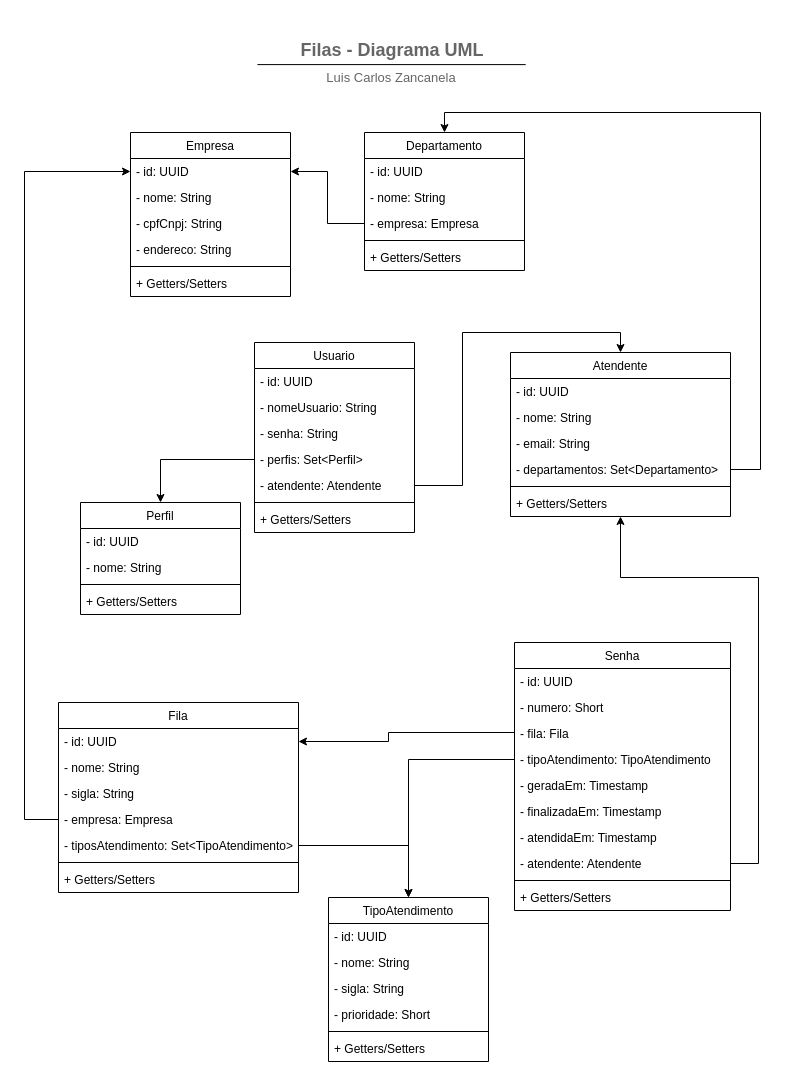
Before: docs/uml-diagram.drawio in didifive/queue-service-api, a draw.io diagram. Source tidied: cells renumbered, new cells numbered last; positions are measured from the earlier drawing's top-left corner, leaving out a move shared by most shapes. Both pictures are drawn from the tidied source at 100%, with x=0, y=0 at pixel (24, 27).
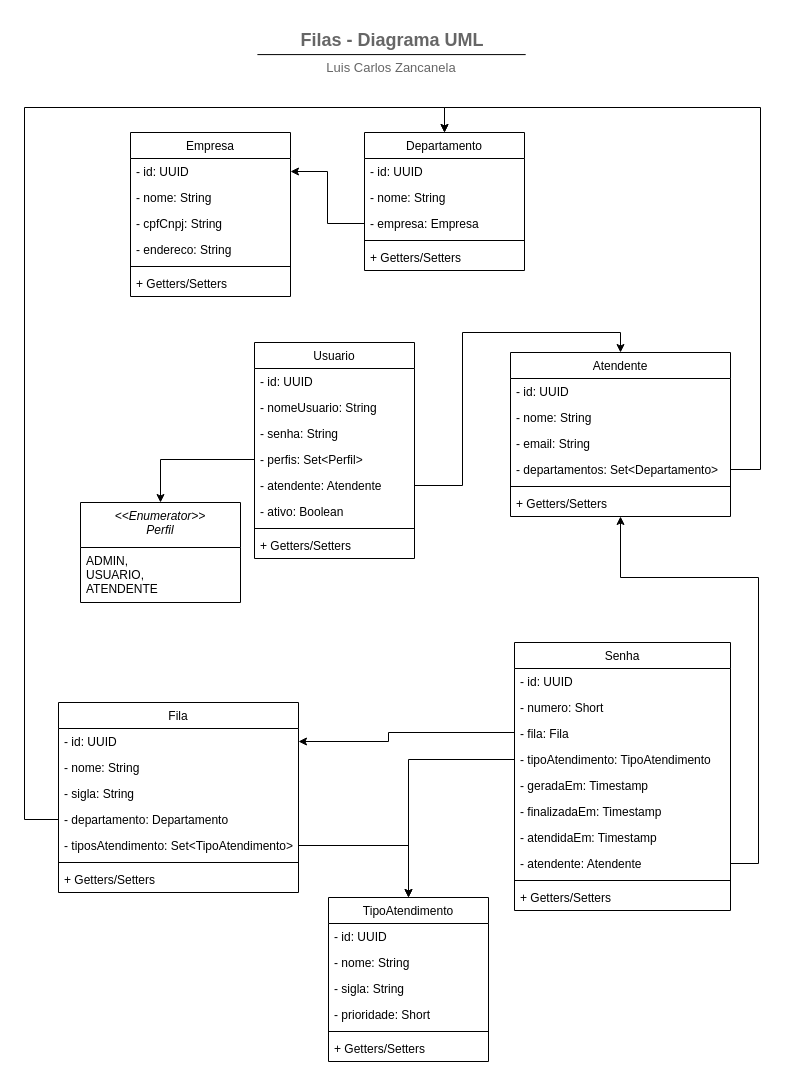
The same diagram, later.

Commit message (it also covers changes not shown here):
feat: update Usuario with enable attribute

The change refers to these unchanged cells:
```xml
<mxCell id="3" value="- id: UUID" style="text;align=left;verticalAlign=top;spacingLeft=4;spacingRight=4;overflow=hidden;points=[[0,0.5],[1,0.5]];portConstraint=eastwest;" parent="2" vertex="1">
  <mxGeometry y="26" width="160" height="26" as="geometry" />
</mxCell>
<mxCell id="10" value="Fila" style="swimlane;fontStyle=0;align=center;verticalAlign=top;horizontal=1;startSize=26;rounded=0;shadow=0;strokeWidth=1;" parent="1" vertex="1">
  <mxGeometry x="34" y="675" width="240" height="190" as="geometry" />
</mxCell>
<mxCell id="34" value="- departamentos: Set&lt;Departamento&gt;" style="text;align=left;verticalAlign=top;spacingLeft=4;spacingRight=4;overflow=hidden;points=[[0,0.5],[1,0.5]];portConstraint=eastwest;rounded=0;shadow=0;html=0;" parent="30" vertex="1">
  <mxGeometry y="104" width="220" height="26" as="geometry" />
</mxCell>
<mxCell id="52" value="Departamento" style="swimlane;fontStyle=0;align=center;verticalAlign=top;horizontal=1;startSize=26;rounded=0;shadow=0;strokeWidth=1;" parent="1" vertex="1">
  <mxGeometry x="340" y="105" width="160" height="138" as="geometry" />
</mxCell>
```

Diff of the diagram source:
```diff
@@
-    <mxCell id="9" style="edgeStyle=orthogonalEdgeStyle;rounded=0;jettySize=auto;html=1;entryX=0;entryY=0.5;entryDx=0;entryDy=0;exitX=0;exitY=0.5;exitDx=0;exitDy=0;" parent="1" edge="1" source="14" target="3">
+    <mxCell id="9" style="edgeStyle=orthogonalEdgeStyle;rounded=0;jettySize=auto;html=1;entryX=0.5;entryY=0;entryDx=0;entryDy=0;exitX=0;exitY=0.5;exitDx=0;exitDy=0;" parent="1" edge="1" source="14" target="52">
       <mxGeometry relative="1" as="geometry">
         <Array as="points">
           <mxPoint y="792" />
-          <mxPoint y="144" />
+          <mxPoint y="80" />
+          <mxPoint x="420" y="80" />
         </Array>
       </mxGeometry>
     </mxCell>
@@
-    <mxCell id="14" value="- empresa: Empresa" style="text;align=left;verticalAlign=top;spacingLeft=4;spacingRight=4;overflow=hidden;points=[[0,0.5],[1,0.5]];portConstraint=eastwest;rounded=0;shadow=0;html=0;" parent="10" vertex="1">
+    <mxCell id="14" value="- departamento: Departamento" style="text;align=left;verticalAlign=top;spacingLeft=4;spacingRight=4;overflow=hidden;points=[[0,0.5],[1,0.5]];portConstraint=eastwest;rounded=0;shadow=0;html=0;" parent="10" vertex="1">
       <mxGeometry y="104" width="240" height="26" as="geometry" />
     </mxCell>
@@
     <mxCell id="37" value="Usuario" style="swimlane;fontStyle=0;align=center;verticalAlign=top;horizontal=1;startSize=26;rounded=0;shadow=0;strokeWidth=1;" parent="1" vertex="1">
-      <mxGeometry x="230" y="315" width="160" height="190" as="geometry" />
+      <mxGeometry x="230" y="315" width="160" height="216" as="geometry" />
     </mxCell>
@@
+    <mxCell id="74" value="- ativo: Boolean" style="text;align=left;verticalAlign=top;spacingLeft=4;spacingRight=4;overflow=hidden;rounded=0;shadow=0;html=0;" parent="37" vertex="1">
+      <mxGeometry y="156" width="160" height="26" as="geometry" />
+    </mxCell>
     <mxCell id="43" style="line;html=1;strokeWidth=1;align=left;verticalAlign=middle;spacingTop=-1;spacingLeft=3;spacingRight=3;labelPosition=right;" parent="37" vertex="1">
-      <mxGeometry y="156" width="160" height="8" as="geometry" />
+      <mxGeometry y="182" width="160" height="8" as="geometry" />
     </mxCell>
     <mxCell id="44" value="+ Getters/Setters" style="text;align=left;verticalAlign=top;spacingLeft=4;spacingRight=4;overflow=hidden;rounded=0;shadow=0;html=0;" parent="37" vertex="1">
-      <mxGeometry y="164" width="160" height="26" as="geometry" />
+      <mxGeometry y="190" width="160" height="26" as="geometry" />
     </mxCell>
-    <mxCell id="45" value="Perfil" style="swimlane;fontStyle=0;align=center;verticalAlign=top;horizontal=1;startSize=26;rounded=0;shadow=0;strokeWidth=1;" parent="1" vertex="1">
-      <mxGeometry x="56" y="475" width="160" height="112" as="geometry" />
+    <mxCell id="45" value="&lt;&lt;Enumerator&gt;&gt;&#10;Perfil" style="swimlane;fontStyle=2;align=center;verticalAlign=top;horizontal=1;startSize=45;rounded=0;shadow=0;strokeWidth=1;" parent="1" vertex="1">
+      <mxGeometry x="56" y="475" width="160" height="100" as="geometry" />
     </mxCell>
-    <mxCell id="46" value="- id: UUID" style="text;align=left;verticalAlign=top;spacingLeft=4;spacingRight=4;overflow=hidden;" parent="45" vertex="1">
-      <mxGeometry y="26" width="160" height="26" as="geometry" />
+    <mxCell id="46" value="ADMIN, &#10;USUARIO, &#10;ATENDENTE" style="text;align=left;verticalAlign=top;spacingLeft=4;spacingRight=4;overflow=hidden;" parent="45" vertex="1">
+      <mxGeometry y="45" width="160" height="55" as="geometry" />
     </mxCell>
-    <mxCell id="47" value="- nome: String" style="text;align=left;verticalAlign=top;spacingLeft=4;spacingRight=4;overflow=hidden;" parent="45" vertex="1">
-      <mxGeometry y="52" width="160" height="26" as="geometry" />
-    </mxCell>
-    <mxCell id="48" style="line;html=1;strokeWidth=1;align=left;verticalAlign=middle;spacingTop=-1;spacingLeft=3;spacingRight=3;labelPosition=right;" parent="45" vertex="1">
-      <mxGeometry y="78" width="160" height="8" as="geometry" />
-    </mxCell>
-    <mxCell id="49" value="+ Getters/Setters" style="text;align=left;verticalAlign=top;spacingLeft=4;spacingRight=4;overflow=hidden;rounded=0;shadow=0;html=0;" parent="45" vertex="1">
-      <mxGeometry y="86" width="160" height="26" as="geometry" />
-    </mxCell>
@@
     <mxCell id="58" style="group;" parent="1" vertex="1">
-      <mxGeometry x="217" width="300.9" height="66" as="geometry" />
+      <mxGeometry x="217" y="-10" width="300.9" height="66" as="geometry" />
     </mxCell>
@@
     <mxCell id="71" style="edgeStyle=orthogonalEdgeStyle;rounded=0;jettySize=auto;html=1;entryX=0.5;entryY=0;entryDx=0;entryDy=0;startArrow=none;startFill=0;endArrow=classic;endFill=1;exitX=1;exitY=0.5;exitDx=0;exitDy=0;" parent="1" edge="1" source="34" target="52">
       <mxGeometry relative="1" as="geometry">
         <Array as="points">
           <mxPoint x="736" y="442" />
-          <mxPoint x="736" y="85" />
-          <mxPoint x="420" y="85" />
+          <mxPoint x="736" y="80" />
+          <mxPoint x="420" y="80" />
         </Array>
       </mxGeometry>
     </mxCell>
```
